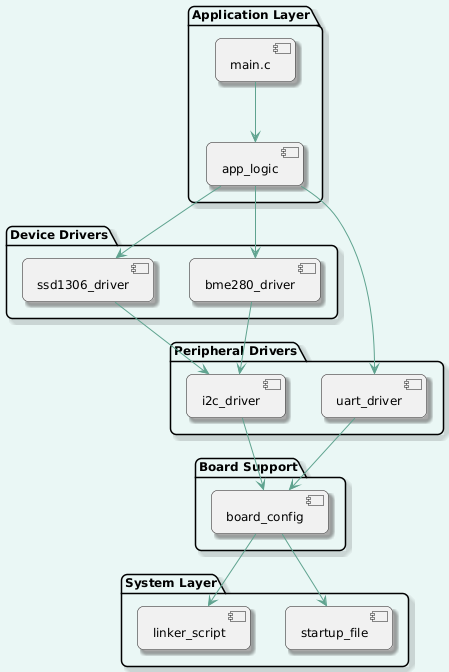
Above: Doc/Diagrams/fw_architecture_v.1.0.png in cloclacordis/STM32F446RE-BME280-SSD1306 (PlantUML), before the change.
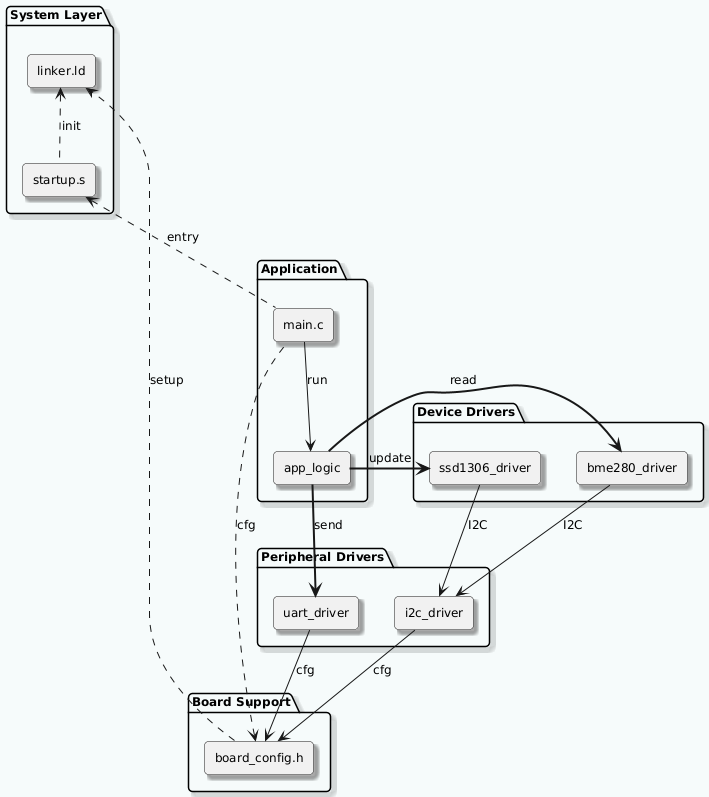
Later version of the same file.

Change to the diagram source:
```diff
@@ -1,56 +1,67 @@
 @startuml
-skinparam BackgroundColor #F6FBFB
-skinparam Shadowing true
-skinparam RoundCorner 12
-skinparam DefaultFontName "Arial"
-skinparam DefaultFontSize 12
+skinparam backgroundColor #F6FBFB
+skinparam shadowing true
+skinparam roundcorner 8
+skinparam defaultFontName "DejaVu Sans"
+skinparam defaultFontSize 12
+skinparam componentStyle rectangle
 
-skinparam {
-  BackgroundColor #EAF7F5
-  BorderColor #A7D3C9
-  FontColor #104033
-  RoundCorner 12
+skinparam rectangle {
+  BackgroundColor<<System>> #E9F5F2
+  BorderColor<<System>> #7FBFA6
+
+  BackgroundColor<<BSP>> #FFF8E6
+  BorderColor<<BSP>> #E6C07D
+
+  BackgroundColor<<Peripheral>> #F2F7FF
+  BorderColor<<Peripheral>> #9AB4FF
+
+  BackgroundColor<<Driver>> #F5F5F5
+  BorderColor<<Driver>> #BDBDBD
+
+  BackgroundColor<<App>> #FFF5F5
+  BorderColor<<App>> #F2A0A0
 }
 
-skinparam ArrowColor #5FA38F
-skinparam NoteBackgroundColor #FFFFFF
-skinparam NoteBorderColor #CADFD9
+package "System Layer" {
+  [startup.s] as startup
+  [linker.ld] as linker
+}
 
-package "Application Layer" {
-  [main.c]
-  [app_logic]
+package "Board Support" {
+  [board_config.h] as board_cfg
+}
+
+package "Peripheral Drivers" {
+  [i2c_driver] as i2c_ll
+  [uart_driver] as uart_ll
 }
 
 package "Device Drivers" {
-  [bme280_driver]
-  [ssd1306_driver]
+  [bme280_driver] as bme280
+  [ssd1306_driver] as ssd1306
 }
 
-package "Peripheral Drivers" {
-  [i2c_driver]
-  [uart_driver]
+package "Application" {
+  [main.c] as mainc
+  [app_logic] as app_logic
 }
 
-package "Board Support" {
-  [board_config]
-}
+linker <.. startup : init
 
-package "System Layer" {
-  [startup_file]
-  [linker_script]
-}
+startup <.. mainc : entry
+mainc --> app_logic : run
 
-main.c --> app_logic
-app_logic --> bme280_driver
-app_logic --> ssd1306_driver
-app_logic --> uart_driver
+app_logic ==> bme280 : read
+app_logic ==> ssd1306 : update
+app_logic ==> uart_ll : send
 
-bme280_driver --> i2c_driver
-ssd1306_driver --> i2c_driver
+bme280 --> i2c_ll : I2C
+ssd1306 --> i2c_ll : I2C
 
-i2c_driver --> board_config
-uart_driver --> board_config
+i2c_ll --> board_cfg : cfg
+uart_ll --> board_cfg : cfg
 
-board_config --> startup_file
-board_config --> linker_script
+board_cfg ..> linker : setup
+board_cfg <.. mainc : cfg
 @enduml
```
